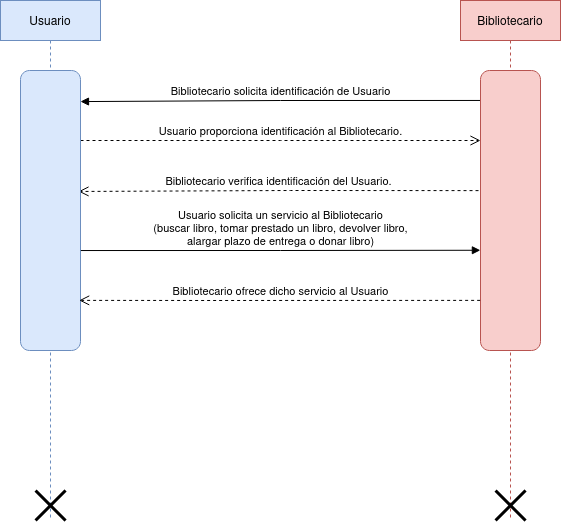
Earlier version of the draw.io export Diagramas/Sistema de Reservas de Vuelos/DS Sistema de Reservas de Vuelos.drawio.png (RafaelMayor/ETS). Source tidied: cells renumbered, new cells last; positions are measured from the earlier drawing's top-left corner, leaving out a move shared by most shapes. The source it was exported from:
```xml
<mxGraphModel>
  <root>
    <mxCell id="0" />
    <mxCell id="1" parent="0" />
    <mxCell id="2" value="Usuario" style="shape=umlLifeline;perimeter=lifelinePerimeter;whiteSpace=wrap;html=1;newEdgeStyle={&quot;curved&quot;:0,&quot;rounded&quot;:0};fillColor=#dae8fc;strokeColor=#6c8ebf;" parent="1" vertex="1">
      <mxGeometry x="90" width="100" height="520" as="geometry" />
    </mxCell>
    <mxCell id="3" style="shape=umlDestroy;whiteSpace=wrap;html=1;strokeWidth=3;targetShapes=umlLifeline;" parent="2" vertex="1">
      <mxGeometry x="35" y="490" width="30" height="30" as="geometry" />
    </mxCell>
    <mxCell id="4" value="Bibliotecario" style="shape=umlLifeline;perimeter=lifelinePerimeter;whiteSpace=wrap;html=1;newEdgeStyle={&quot;curved&quot;:0,&quot;rounded&quot;:0};fillColor=#f8cecc;strokeColor=#b85450;" parent="1" vertex="1">
      <mxGeometry x="550" width="100" height="520" as="geometry" />
    </mxCell>
    <mxCell id="5" value="&lt;div&gt;Bibliotecario solicita identificación de Usuario&lt;/div&gt;" style="html=1;verticalAlign=bottom;endArrow=block;curved=0;rounded=0;exitX=0.107;exitY=1;exitDx=0;exitDy=0;exitPerimeter=0;entryX=0.111;entryY=0;entryDx=0;entryDy=0;entryPerimeter=0;" parent="1" edge="1" source="9" target="8">
      <mxGeometry relative="1" as="geometry">
        <Array as="points">
          <mxPoint x="370" y="100" />
        </Array>
      </mxGeometry>
    </mxCell>
    <mxCell id="6" value="Usuario proporciona identificación al Bibliotecario." style="html=1;verticalAlign=bottom;endArrow=open;dashed=1;endSize=8;curved=0;rounded=0;exitX=0.25;exitY=0;exitDx=0;exitDy=0;entryX=0.25;entryY=1;entryDx=0;entryDy=0;" parent="1" edge="1" source="8" target="9">
      <mxGeometry relative="1" as="geometry">
        <Array as="points">
          <mxPoint x="370" y="140" />
        </Array>
      </mxGeometry>
    </mxCell>
    <mxCell id="7" value="Bibliotecario verifica identificación del Usuario." style="html=1;verticalAlign=bottom;endArrow=open;dashed=1;endSize=8;curved=0;rounded=0;exitX=0.429;exitY=1.033;exitDx=0;exitDy=0;exitPerimeter=0;entryX=0.432;entryY=0.033;entryDx=0;entryDy=0;entryPerimeter=0;" parent="1" edge="1" source="9" target="8">
      <mxGeometry relative="1" as="geometry">
        <Array as="points">
          <mxPoint x="380" y="190" />
        </Array>
      </mxGeometry>
    </mxCell>
    <mxCell id="8" style="rounded=1;whiteSpace=wrap;html=1;rotation=90;fillColor=#dae8fc;strokeColor=#6c8ebf;" parent="1" vertex="1">
      <mxGeometry y="180" width="280" height="60" as="geometry" />
    </mxCell>
    <mxCell id="9" style="rounded=1;whiteSpace=wrap;html=1;rotation=90;fillColor=#f8cecc;strokeColor=#b85450;" parent="1" vertex="1">
      <mxGeometry x="460" y="180" width="280" height="60" as="geometry" />
    </mxCell>
    <mxCell id="10" value="&lt;div&gt;Usuario solicita un servicio al Bibliotecario&lt;/div&gt;&lt;div&gt;(buscar libro, tomar prestado un libro, devolver libro,&lt;/div&gt;&lt;div&gt;alargar plazo de entrega o donar libro)&lt;/div&gt;" style="html=1;verticalAlign=bottom;endArrow=block;curved=0;rounded=0;entryX=0.642;entryY=1.002;entryDx=0;entryDy=0;entryPerimeter=0;exitX=0.643;exitY=-0.006;exitDx=0;exitDy=0;exitPerimeter=0;" parent="1" edge="1" source="8" target="9">
      <mxGeometry relative="1" as="geometry">
        <Array as="points">
          <mxPoint x="370" y="250" />
        </Array>
      </mxGeometry>
    </mxCell>
    <mxCell id="11" style="shape=umlDestroy;whiteSpace=wrap;html=1;strokeWidth=3;targetShapes=umlLifeline;" parent="1" vertex="1">
      <mxGeometry x="585" y="490" width="30" height="30" as="geometry" />
    </mxCell>
    <mxCell id="12" value="Bibliotecario ofrece dicho servicio al Usuario" style="html=1;verticalAlign=bottom;endArrow=open;dashed=1;endSize=8;curved=0;rounded=0;exitX=0.821;exitY=1.006;exitDx=0;exitDy=0;exitPerimeter=0;entryX=0.821;entryY=0.022;entryDx=0;entryDy=0;entryPerimeter=0;" parent="1" edge="1" source="9" target="8">
      <mxGeometry relative="1" as="geometry">
        <Array as="points">
          <mxPoint x="300" y="300" />
        </Array>
      </mxGeometry>
    </mxCell>
  </root>
</mxGraphModel>
```
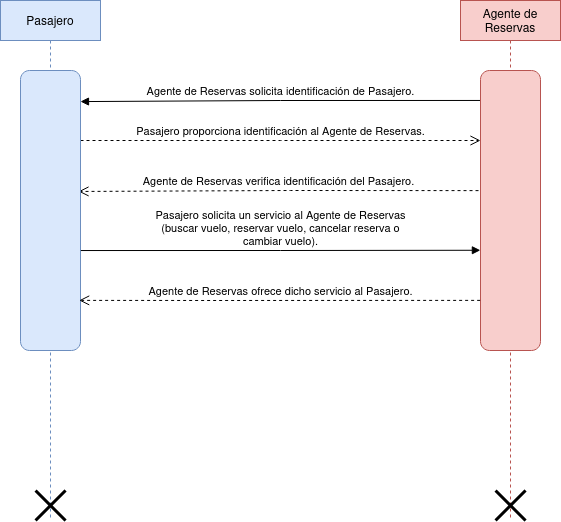
After the commit.

Change to the diagram source:
```diff
@@ -2,30 +2,30 @@
   <root>
     <mxCell id="0" />
     <mxCell id="1" parent="0" />
-    <mxCell id="2" value="Usuario" style="shape=umlLifeline;perimeter=lifelinePerimeter;whiteSpace=wrap;html=1;newEdgeStyle={&quot;curved&quot;:0,&quot;rounded&quot;:0};fillColor=#dae8fc;strokeColor=#6c8ebf;" parent="1" vertex="1">
+    <mxCell id="2" value="Pasajero" style="shape=umlLifeline;perimeter=lifelinePerimeter;whiteSpace=wrap;html=1;newEdgeStyle={&quot;curved&quot;:0,&quot;rounded&quot;:0};fillColor=#dae8fc;strokeColor=#6c8ebf;" parent="1" vertex="1">
       <mxGeometry x="90" width="100" height="520" as="geometry" />
     </mxCell>
     <mxCell id="3" style="shape=umlDestroy;whiteSpace=wrap;html=1;strokeWidth=3;targetShapes=umlLifeline;" parent="2" vertex="1">
       <mxGeometry x="35" y="490" width="30" height="30" as="geometry" />
     </mxCell>
-    <mxCell id="4" value="Bibliotecario" style="shape=umlLifeline;perimeter=lifelinePerimeter;whiteSpace=wrap;html=1;newEdgeStyle={&quot;curved&quot;:0,&quot;rounded&quot;:0};fillColor=#f8cecc;strokeColor=#b85450;" parent="1" vertex="1">
+    <mxCell id="4" value="Agente de Reservas" style="shape=umlLifeline;perimeter=lifelinePerimeter;whiteSpace=wrap;html=1;newEdgeStyle={&quot;curved&quot;:0,&quot;rounded&quot;:0};fillColor=#f8cecc;strokeColor=#b85450;" parent="1" vertex="1">
       <mxGeometry x="550" width="100" height="520" as="geometry" />
     </mxCell>
-    <mxCell id="5" value="&lt;div&gt;Bibliotecario solicita identificación de Usuario&lt;/div&gt;" style="html=1;verticalAlign=bottom;endArrow=block;curved=0;rounded=0;exitX=0.107;exitY=1;exitDx=0;exitDy=0;exitPerimeter=0;entryX=0.111;entryY=0;entryDx=0;entryDy=0;entryPerimeter=0;" parent="1" edge="1" source="9" target="8">
+    <mxCell id="5" value="&lt;div&gt;Agente de Reservas solicita identificación de Pasajero.&lt;/div&gt;" style="html=1;verticalAlign=bottom;endArrow=block;curved=0;rounded=0;exitX=0.107;exitY=1;exitDx=0;exitDy=0;exitPerimeter=0;entryX=0.111;entryY=0;entryDx=0;entryDy=0;entryPerimeter=0;" parent="1" edge="1" source="9" target="8">
       <mxGeometry relative="1" as="geometry">
         <Array as="points">
           <mxPoint x="370" y="100" />
         </Array>
       </mxGeometry>
     </mxCell>
-    <mxCell id="6" value="Usuario proporciona identificación al Bibliotecario." style="html=1;verticalAlign=bottom;endArrow=open;dashed=1;endSize=8;curved=0;rounded=0;exitX=0.25;exitY=0;exitDx=0;exitDy=0;entryX=0.25;entryY=1;entryDx=0;entryDy=0;" parent="1" edge="1" source="8" target="9">
+    <mxCell id="6" value="Pasajero proporciona identificación al Agente de Reservas." style="html=1;verticalAlign=bottom;endArrow=open;dashed=1;endSize=8;curved=0;rounded=0;exitX=0.25;exitY=0;exitDx=0;exitDy=0;entryX=0.25;entryY=1;entryDx=0;entryDy=0;" parent="1" edge="1" source="8" target="9">
       <mxGeometry relative="1" as="geometry">
         <Array as="points">
           <mxPoint x="370" y="140" />
         </Array>
       </mxGeometry>
     </mxCell>
-    <mxCell id="7" value="Bibliotecario verifica identificación del Usuario." style="html=1;verticalAlign=bottom;endArrow=open;dashed=1;endSize=8;curved=0;rounded=0;exitX=0.429;exitY=1.033;exitDx=0;exitDy=0;exitPerimeter=0;entryX=0.432;entryY=0.033;entryDx=0;entryDy=0;entryPerimeter=0;" parent="1" edge="1" source="9" target="8">
+    <mxCell id="7" value="Agente de Reservas verifica identificación del Pasajero." style="html=1;verticalAlign=bottom;endArrow=open;dashed=1;endSize=8;curved=0;rounded=0;exitX=0.429;exitY=1.033;exitDx=0;exitDy=0;exitPerimeter=0;entryX=0.432;entryY=0.033;entryDx=0;entryDy=0;entryPerimeter=0;" parent="1" edge="1" source="9" target="8">
       <mxGeometry relative="1" as="geometry">
         <Array as="points">
           <mxPoint x="380" y="190" />
@@ -38,7 +38,7 @@
     <mxCell id="9" style="rounded=1;whiteSpace=wrap;html=1;rotation=90;fillColor=#f8cecc;strokeColor=#b85450;" parent="1" vertex="1">
       <mxGeometry x="460" y="180" width="280" height="60" as="geometry" />
     </mxCell>
-    <mxCell id="10" value="&lt;div&gt;Usuario solicita un servicio al Bibliotecario&lt;/div&gt;&lt;div&gt;(buscar libro, tomar prestado un libro, devolver libro,&lt;/div&gt;&lt;div&gt;alargar plazo de entrega o donar libro)&lt;/div&gt;" style="html=1;verticalAlign=bottom;endArrow=block;curved=0;rounded=0;entryX=0.642;entryY=1.002;entryDx=0;entryDy=0;entryPerimeter=0;exitX=0.643;exitY=-0.006;exitDx=0;exitDy=0;exitPerimeter=0;" parent="1" edge="1" source="8" target="9">
+    <mxCell id="10" value="&lt;div&gt;Pasajero solicita un servicio al Agente de Reservas&lt;/div&gt;&lt;div&gt;(buscar vuelo, reservar vuelo, cancelar reserva o&lt;/div&gt;&lt;div&gt;cambiar vuelo).&lt;/div&gt;" style="html=1;verticalAlign=bottom;endArrow=block;curved=0;rounded=0;entryX=0.642;entryY=1.002;entryDx=0;entryDy=0;entryPerimeter=0;exitX=0.643;exitY=-0.006;exitDx=0;exitDy=0;exitPerimeter=0;" parent="1" edge="1" source="8" target="9">
       <mxGeometry relative="1" as="geometry">
         <Array as="points">
           <mxPoint x="370" y="250" />
@@ -48,7 +48,7 @@
     <mxCell id="11" style="shape=umlDestroy;whiteSpace=wrap;html=1;strokeWidth=3;targetShapes=umlLifeline;" parent="1" vertex="1">
       <mxGeometry x="585" y="490" width="30" height="30" as="geometry" />
     </mxCell>
-    <mxCell id="12" value="Bibliotecario ofrece dicho servicio al Usuario" style="html=1;verticalAlign=bottom;endArrow=open;dashed=1;endSize=8;curved=0;rounded=0;exitX=0.821;exitY=1.006;exitDx=0;exitDy=0;exitPerimeter=0;entryX=0.821;entryY=0.022;entryDx=0;entryDy=0;entryPerimeter=0;" parent="1" edge="1" source="9" target="8">
+    <mxCell id="12" value="Agente de Reservas ofrece dicho servicio al Pasajero." style="html=1;verticalAlign=bottom;endArrow=open;dashed=1;endSize=8;curved=0;rounded=0;exitX=0.821;exitY=1.006;exitDx=0;exitDy=0;exitPerimeter=0;entryX=0.821;entryY=0.022;entryDx=0;entryDy=0;entryPerimeter=0;" parent="1" edge="1" source="9" target="8">
       <mxGeometry relative="1" as="geometry">
         <Array as="points">
           <mxPoint x="300" y="300" />
```
